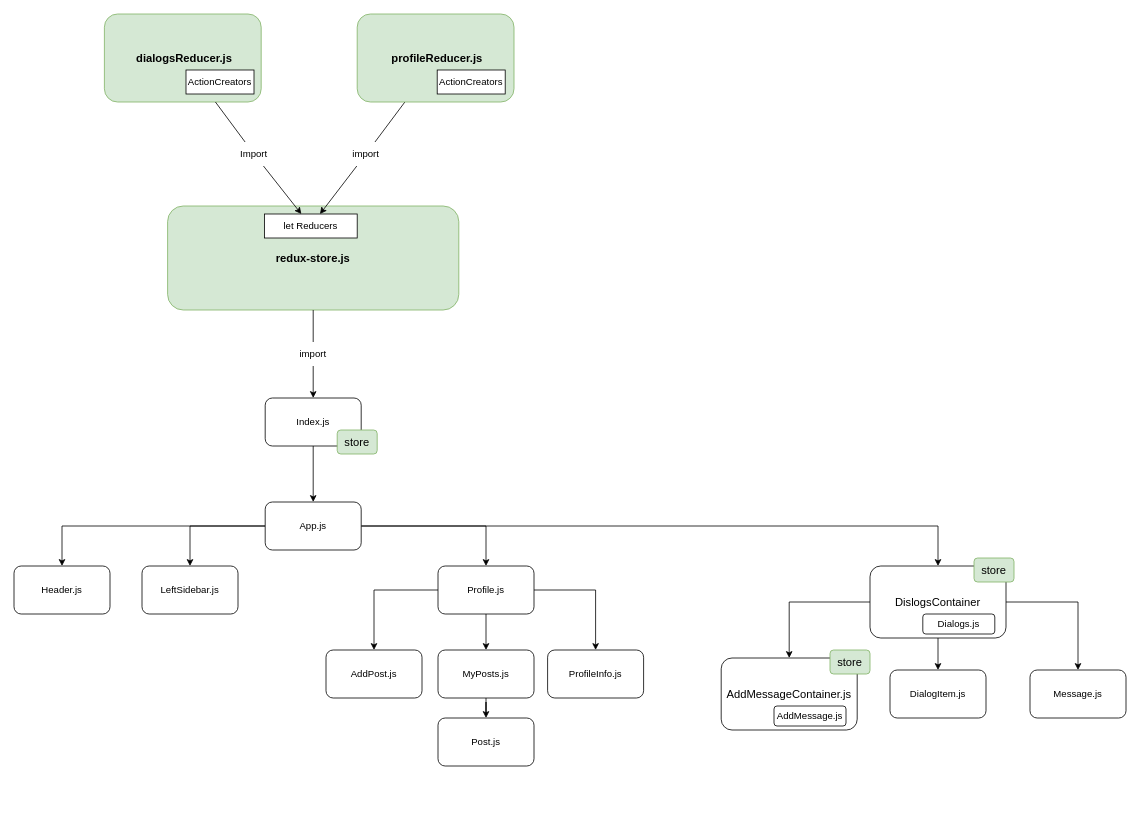
This is React-components tree.drawio from ayratkin/react-social-network, a draw.io file, before an edit. Source tidied: cells renumbered, new cells numbered last; positions are measured from the earlier drawing's top-left corner, leaving out a move shared by most shapes. Both pictures are drawn from the tidied source at 80%, with x=0, y=0 at pixel (14, 14).
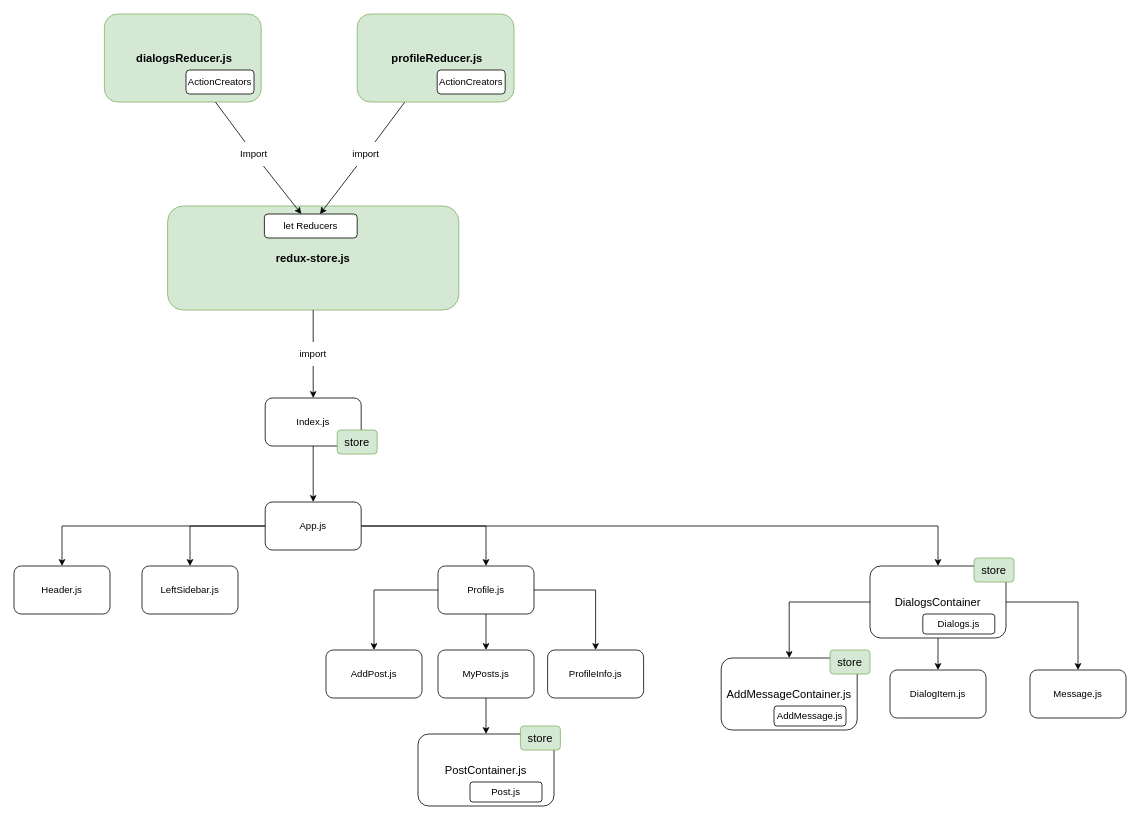
Above is the later version.

The change refers to these unchanged cells:
```xml
<mxCell id="21" value="MyPosts.js" style="rounded=1;whiteSpace=wrap;html=1;" parent="1" vertex="1">
  <mxGeometry x="530" y="795" width="120" height="60" as="geometry" />
</mxCell>
```

Change to the diagram source:
```diff
@@
-    <mxCell id="20" style="edgeStyle=orthogonalEdgeStyle;rounded=0;jettySize=auto;html=1;" parent="1" edge="1" source="21" target="23">
+    <mxCell id="20" style="edgeStyle=orthogonalEdgeStyle;rounded=0;jettySize=auto;html=1;" parent="1" edge="1" source="21" target="50">
       <mxGeometry relative="1" as="geometry" />
     </mxCell>
@@
-    <mxCell id="23" value="Post.js" style="rounded=1;whiteSpace=wrap;html=1;" parent="1" vertex="1">
-      <mxGeometry x="530" y="880" width="120" height="60" as="geometry" />
-    </mxCell>
@@
-    <mxCell id="29" value="let Reducers" style="rounded=0;whiteSpace=wrap;html=1;" parent="1" vertex="1">
+    <mxCell id="29" value="let Reducers" style="rounded=1;whiteSpace=wrap;html=1;" parent="1" vertex="1">
       <mxGeometry x="313" y="250" width="116" height="30" as="geometry" />
     </mxCell>
@@
-    <mxCell id="38" value="ActionCreators" style="rounded=0;whiteSpace=wrap;html=1;" parent="1" vertex="1">
+    <mxCell id="38" value="ActionCreators" style="rounded=1;whiteSpace=wrap;html=1;" parent="1" vertex="1">
       <mxGeometry x="215" y="70" width="85" height="30" as="geometry" />
     </mxCell>
@@
-    <mxCell id="41" value="ActionCreators" style="rounded=0;whiteSpace=wrap;html=1;" parent="1" vertex="1">
+    <mxCell id="41" value="ActionCreators" style="rounded=1;whiteSpace=wrap;html=1;" parent="1" vertex="1">
       <mxGeometry x="529" y="70" width="85" height="30" as="geometry" />
     </mxCell>
@@
-    <mxCell id="46" value="DislogsContainer" style="rounded=1;whiteSpace=wrap;html=1;fontSize=14;" parent="1" vertex="1">
+    <mxCell id="46" value="DialogsContainer" style="rounded=1;whiteSpace=wrap;html=1;fontSize=14;" parent="1" vertex="1">
       <mxGeometry x="1070" y="690" width="170" height="90" as="geometry" />
     </mxCell>
@@
+    <mxCell id="50" value="PostContainer.js" style="rounded=1;whiteSpace=wrap;html=1;fontSize=14;" parent="1" vertex="1">
+      <mxGeometry x="505" y="900" width="170" height="90" as="geometry" />
+    </mxCell>
+    <mxCell id="23" value="Post.js" style="rounded=1;whiteSpace=wrap;html=1;" parent="1" vertex="1">
+      <mxGeometry x="570" y="960" width="90" height="25" as="geometry" />
+    </mxCell>
+    <mxCell id="51" value="store" style="rounded=1;whiteSpace=wrap;html=1;fontSize=14;fillColor=#d5e8d4;strokeColor=#82b366;" parent="1" vertex="1">
+      <mxGeometry x="633" y="890" width="50" height="30" as="geometry" />
+    </mxCell>
```
